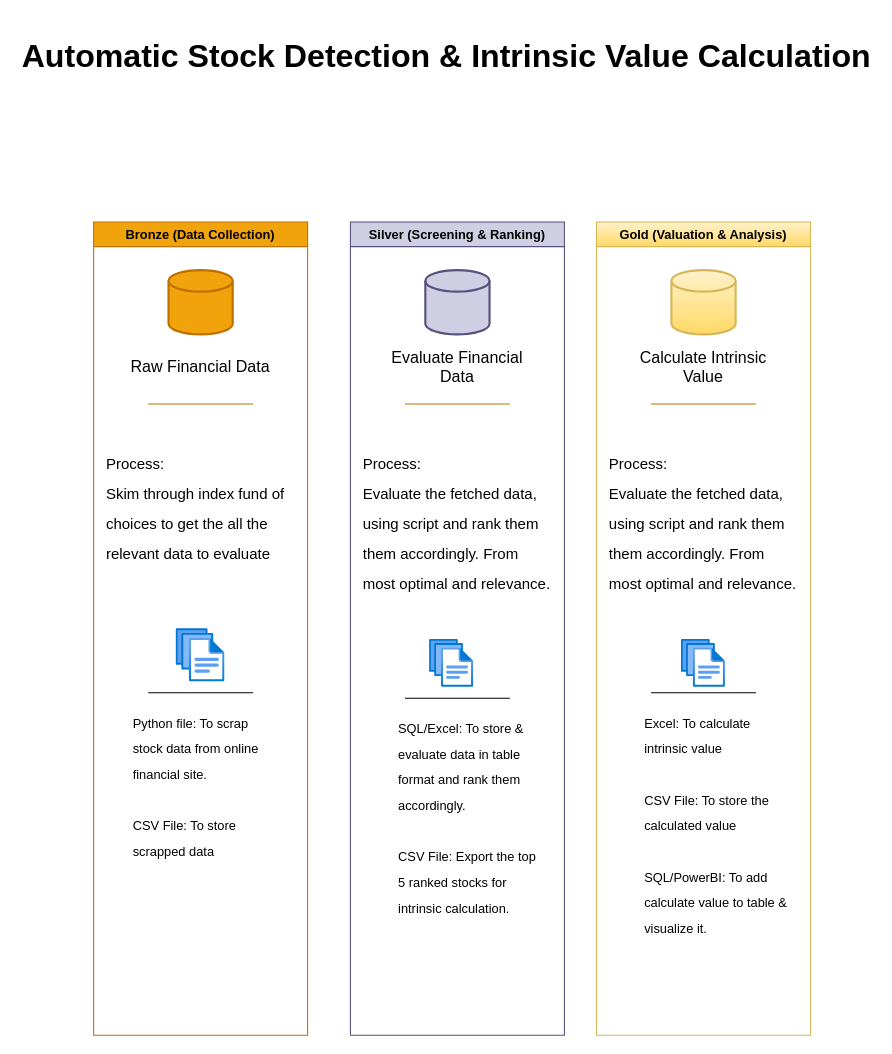
Earlier version of the draw.io diagram Automated Stock Screening & Intrinsic Valuation Pipeline.drawio (ChinKF99/Stock-Automation-Intrinsic-Value). Source tidied: cells renumbered, new cells numbered last; positions are measured from the earlier drawing's top-left corner, leaving out a move shared by most shapes. Both pictures are drawn from the tidied source at 107%, with x=0, y=0 at pixel (18, 18).
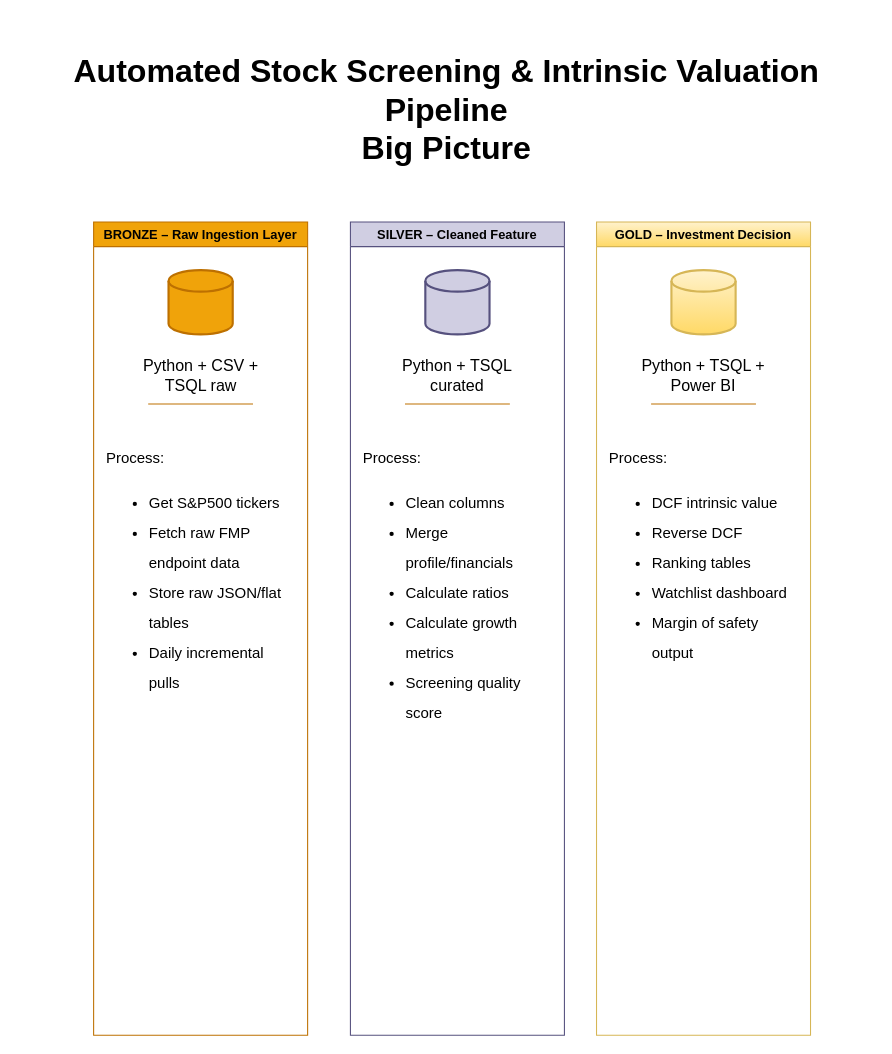
After the change.

Change to the diagram source:
```diff
@@
-    <mxCell id="2" value="Bronze (Data Collection)" style="swimlane;whiteSpace=wrap;html=1;fillColor=#f0a30a;fontColor=#000000;strokeColor=#BD7000;" parent="1" vertex="1">
+    <mxCell id="2" value="BRONZE – Raw Ingestion Layer" style="swimlane;whiteSpace=wrap;html=1;fillColor=#f0a30a;fontColor=#000000;strokeColor=#BD7000;" parent="1" vertex="1">
       <mxGeometry x="70" y="190" width="200" height="760" as="geometry" />
     </mxCell>
@@
-    <mxCell id="4" value="Raw Financial Data" style="text;html=1;align=center;verticalAlign=middle;whiteSpace=wrap;rounded=0;fontSize=15;" parent="2" vertex="1">
-      <mxGeometry x="33" y="125" width="134" height="20" as="geometry" />
+    <mxCell id="4" value="Python + CSV + TSQL raw" style="text;html=1;align=center;verticalAlign=middle;whiteSpace=wrap;rounded=0;fontSize=15;" parent="2" vertex="1">
+      <mxGeometry x="35.8" y="125" width="128.5" height="35" as="geometry" />
     </mxCell>
-    <mxCell id="5" value="&lt;div style=&quot;line-height: 200%;&quot;&gt;Process:&lt;br&gt;&lt;div&gt;Skim through index fund of choices to get the all the relevant data to evaluate&lt;/div&gt;&lt;/div&gt;" style="text;html=1;align=left;verticalAlign=top;whiteSpace=wrap;rounded=0;fontSize=14;" parent="2" vertex="1">
-      <mxGeometry x="10" y="205" width="180" height="195" as="geometry" />
+    <mxCell id="5" value="&lt;div style=&quot;line-height: 200%;&quot;&gt;Process:&lt;br&gt;&lt;div&gt;&lt;ul&gt;&lt;li style=&quot;&quot;&gt;Get S&amp;amp;P500 tickers&lt;/li&gt;&lt;li style=&quot;&quot;&gt;Fetch raw FMP endpoint data&lt;/li&gt;&lt;li style=&quot;&quot;&gt;Store raw JSON/flat tables&lt;/li&gt;&lt;li style=&quot;&quot;&gt;Daily incremental pulls&lt;/li&gt;&lt;/ul&gt;&lt;/div&gt;&lt;/div&gt;" style="text;html=1;align=left;verticalAlign=top;whiteSpace=wrap;rounded=0;fontSize=14;" parent="2" vertex="1">
+      <mxGeometry x="10" y="200" width="180" height="465" as="geometry" />
     </mxCell>
-    <mxCell id="6" style="image;html=1;align=center;fontSize=12;image=img/lib/azure2/general/Files.svg;" parent="2" vertex="1">
-      <mxGeometry x="77.1" y="380" width="45.7" height="50" as="geometry" />
-    </mxCell>
-    <mxCell id="7" style="endArrow=none;html=1;rounded=0;" parent="2" edge="1">
-      <mxGeometry relative="1" as="geometry">
-        <mxPoint x="51" y="440" as="sourcePoint" />
-        <mxPoint x="149" y="440" as="targetPoint" />
-      </mxGeometry>
-    </mxCell>
-    <mxCell id="8" value="&lt;div style=&quot;line-height: 200%;&quot;&gt;Python file: To scrap stock data from online financial site.&lt;/div&gt;&lt;div style=&quot;line-height: 200%;&quot;&gt;&lt;br&gt;&lt;/div&gt;&lt;div style=&quot;line-height: 200%;&quot;&gt;CSV File: To store scrapped data&lt;/div&gt;" style="text;html=1;align=left;verticalAlign=top;whiteSpace=wrap;rounded=0;" parent="2" vertex="1">
-      <mxGeometry x="35" y="450" width="140" height="280" as="geometry" />
-    </mxCell>
-    <mxCell id="9" value="Automatic Stock Detection &amp;amp; Intrinsic Value Calculation" style="text;html=1;align=center;verticalAlign=middle;whiteSpace=wrap;rounded=0;strokeWidth=1;fontSize=30;fontStyle=1;" parent="1" vertex="1">
-      <mxGeometry width="800" height="70" as="geometry" />
+    <mxCell id="9" value="Automated Stock Screening &amp;amp; Intrinsic Valuation Pipeline&lt;div&gt;Big Picture&lt;/div&gt;" style="text;html=1;align=center;verticalAlign=middle;whiteSpace=wrap;rounded=0;strokeWidth=1;fontSize=30;fontStyle=1;" parent="1" vertex="1">
+      <mxGeometry y="20" width="800" height="130" as="geometry" />
     </mxCell>
-    <mxCell id="10" value="Silver (Screening &amp;amp; Ranking)" style="swimlane;whiteSpace=wrap;html=1;fillColor=#d0cee2;strokeColor=#56517e;fontColor=#000000;" parent="1" vertex="1">
+    <mxCell id="10" value="SILVER – Cleaned Feature" style="swimlane;whiteSpace=wrap;html=1;fillColor=#d0cee2;strokeColor=#56517e;fontColor=#000000;startSize=23;" parent="1" vertex="1">
       <mxGeometry x="310" y="190" width="200" height="760" as="geometry" />
     </mxCell>
@@
-    <mxCell id="12" value="Evaluate Financial Data" style="text;html=1;align=center;verticalAlign=middle;whiteSpace=wrap;rounded=0;fontSize=15;" parent="10" vertex="1">
-      <mxGeometry x="33" y="125" width="134" height="20" as="geometry" />
+    <mxCell id="12" value="Python + TSQL curated" style="text;html=1;align=center;verticalAlign=middle;whiteSpace=wrap;rounded=0;fontSize=15;" parent="10" vertex="1">
+      <mxGeometry x="33" y="125" width="134" height="35" as="geometry" />
     </mxCell>
-    <mxCell id="13" value="&lt;div style=&quot;line-height: 200%;&quot;&gt;Process:&lt;br&gt;&lt;div&gt;Evaluate the fetched data, using script and rank them them accordingly. From most optimal and relevance.&lt;/div&gt;&lt;div&gt;&lt;br&gt;&lt;/div&gt;&lt;/div&gt;" style="text;html=1;align=left;verticalAlign=top;whiteSpace=wrap;rounded=0;fontSize=14;" parent="10" vertex="1">
-      <mxGeometry x="10" y="205" width="180" height="195" as="geometry" />
-    </mxCell>
-    <mxCell id="14" style="image;html=1;align=center;fontSize=12;image=img/lib/azure2/general/Files.svg;" parent="10" vertex="1">
-      <mxGeometry x="74" y="390" width="41.1" height="45" as="geometry" />
-    </mxCell>
-    <mxCell id="15" style="endArrow=none;html=1;rounded=0;" parent="10" edge="1">
-      <mxGeometry relative="1" as="geometry">
-        <mxPoint x="51" y="445" as="sourcePoint" />
-        <mxPoint x="149" y="445" as="targetPoint" />
-      </mxGeometry>
-    </mxCell>
-    <mxCell id="16" value="&lt;div style=&quot;line-height: 200%;&quot;&gt;SQL/Excel: To store &amp;amp; evaluate data in table format and rank them accordingly.&lt;/div&gt;&lt;div style=&quot;line-height: 200%;&quot;&gt;&lt;br&gt;&lt;/div&gt;&lt;div style=&quot;line-height: 200%;&quot;&gt;CSV File: Export the top 5 ranked stocks for intrinsic calculation.&lt;/div&gt;" style="text;html=1;align=left;verticalAlign=top;whiteSpace=wrap;rounded=0;" parent="10" vertex="1">
-      <mxGeometry x="43" y="455" width="140" height="295" as="geometry" />
-    </mxCell>
+    <mxCell id="27" value="&lt;div style=&quot;line-height: 200%;&quot;&gt;Process:&lt;br&gt;&lt;div&gt;&lt;ul&gt;&lt;li style=&quot;&quot;&gt;Clean columns&lt;/li&gt;&lt;li style=&quot;&quot;&gt;Merge profile/financials&lt;/li&gt;&lt;li style=&quot;&quot;&gt;Calculate ratios&lt;/li&gt;&lt;li style=&quot;&quot;&gt;Calculate growth metrics&lt;/li&gt;&lt;li style=&quot;&quot;&gt;Screening quality score&lt;/li&gt;&lt;/ul&gt;&lt;/div&gt;&lt;/div&gt;" style="text;html=1;align=left;verticalAlign=top;whiteSpace=wrap;rounded=0;fontSize=14;" parent="10" vertex="1">
+      <mxGeometry x="10" y="200" width="180" height="465" as="geometry" />
+    </mxCell>
-    <mxCell id="17" value="Gold (Valuation &amp;amp; Analysis)" style="swimlane;whiteSpace=wrap;html=1;fillColor=#fff2cc;strokeColor=#d6b656;gradientColor=#ffd966;labelBackgroundColor=none;fontColor=#000000;" parent="1" vertex="1">
+    <mxCell id="17" value="GOLD – Investment Decision" style="swimlane;whiteSpace=wrap;html=1;fillColor=#fff2cc;strokeColor=#d6b656;gradientColor=#ffd966;labelBackgroundColor=none;fontColor=#000000;" parent="1" vertex="1">
       <mxGeometry x="540" y="190" width="200" height="760" as="geometry" />
     </mxCell>
@@
-    <mxCell id="19" value="Calculate Intrinsic Value" style="text;html=1;align=center;verticalAlign=middle;whiteSpace=wrap;rounded=0;fontSize=15;" parent="17" vertex="1">
-      <mxGeometry x="33" y="125" width="134" height="20" as="geometry" />
+    <mxCell id="19" value="Python + TSQL + Power BI" style="text;html=1;align=center;verticalAlign=middle;whiteSpace=wrap;rounded=0;fontSize=15;" parent="17" vertex="1">
+      <mxGeometry x="33" y="125" width="134" height="35" as="geometry" />
     </mxCell>
-    <mxCell id="20" value="&lt;div style=&quot;line-height: 200%;&quot;&gt;Process:&lt;br&gt;&lt;div&gt;Evaluate the fetched data, using script and rank them them accordingly. From most optimal and relevance.&lt;/div&gt;&lt;div&gt;&lt;br&gt;&lt;/div&gt;&lt;/div&gt;" style="text;html=1;align=left;verticalAlign=top;whiteSpace=wrap;rounded=0;fontSize=14;" parent="17" vertex="1">
-      <mxGeometry x="10" y="205" width="180" height="195" as="geometry" />
+    <mxCell id="20" value="&lt;div style=&quot;line-height: 200%;&quot;&gt;Process:&lt;br&gt;&lt;div&gt;&lt;ul&gt;&lt;li&gt;DCF intrinsic value&lt;/li&gt;&lt;li&gt;Reverse DCF&lt;/li&gt;&lt;li&gt;Ranking tables&lt;/li&gt;&lt;li&gt;Watchlist dashboard&lt;/li&gt;&lt;li&gt;Margin of safety output&lt;/li&gt;&lt;/ul&gt;&lt;/div&gt;&lt;div&gt;&lt;br&gt;&lt;/div&gt;&lt;/div&gt;" style="text;html=1;align=left;verticalAlign=top;whiteSpace=wrap;rounded=0;fontSize=14;" parent="17" vertex="1">
+      <mxGeometry x="10" y="200" width="180" height="465" as="geometry" />
     </mxCell>
@@
-    <mxCell id="24" style="image;html=1;align=center;fontSize=12;image=img/lib/azure2/general/Files.svg;" parent="17" vertex="1">
-      <mxGeometry x="79.4" y="390" width="41.1" height="45" as="geometry" />
-    </mxCell>
-    <mxCell id="25" value="&lt;div style=&quot;line-height: 200%;&quot;&gt;Excel: To calculate intrinsic value&lt;/div&gt;&lt;div style=&quot;line-height: 200%;&quot;&gt;&lt;br&gt;&lt;/div&gt;&lt;div style=&quot;line-height: 200%;&quot;&gt;CSV File: To store the calculated value&lt;/div&gt;&lt;div style=&quot;line-height: 200%;&quot;&gt;&lt;br&gt;&lt;/div&gt;&lt;div style=&quot;line-height: 200%;&quot;&gt;SQL/PowerBI: To add calculate value to table &amp;amp; visualize it.&lt;/div&gt;" style="text;html=1;align=left;verticalAlign=top;whiteSpace=wrap;rounded=0;" parent="17" vertex="1">
-      <mxGeometry x="43" y="450" width="140" height="300" as="geometry" />
-    </mxCell>
-    <mxCell id="26" style="endArrow=none;html=1;rounded=0;" parent="17" edge="1">
-      <mxGeometry relative="1" as="geometry">
-        <mxPoint x="51" y="440" as="sourcePoint" />
-        <mxPoint x="149" y="440" as="targetPoint" />
-      </mxGeometry>
-    </mxCell>
```
